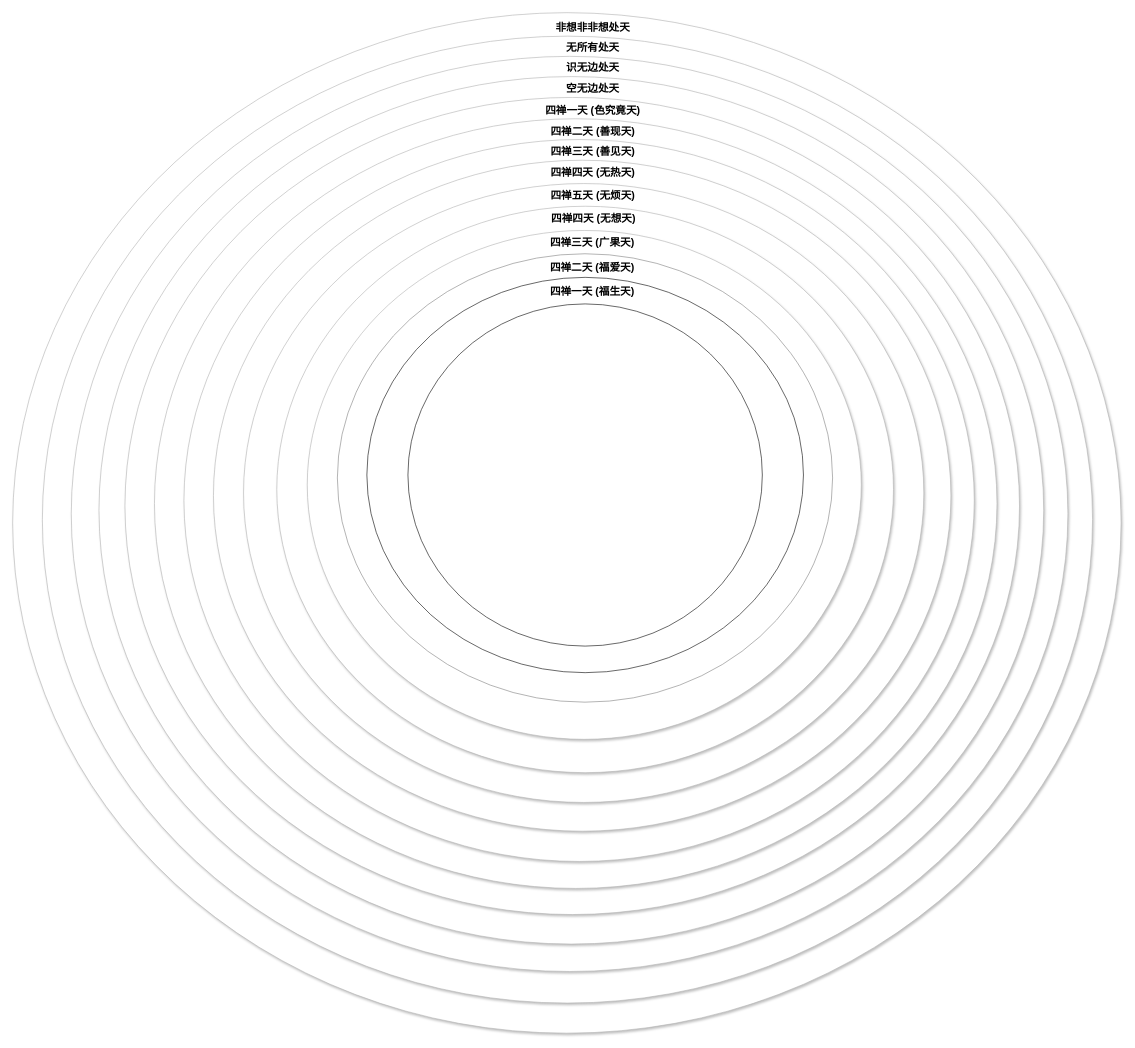
The draw.io diagram page "洋蔥" (1 of 5) of 三界二十八天.drawio in taiguanglin/lectures, before the edit. Source tidied: cells renumbered, new cells numbered last; positions are measured from the earlier drawing's top-left corner, leaving out a move shared by most shapes. Both pictures are drawn from the tidied source at 59%, with x=0, y=0 at pixel (12, 12).
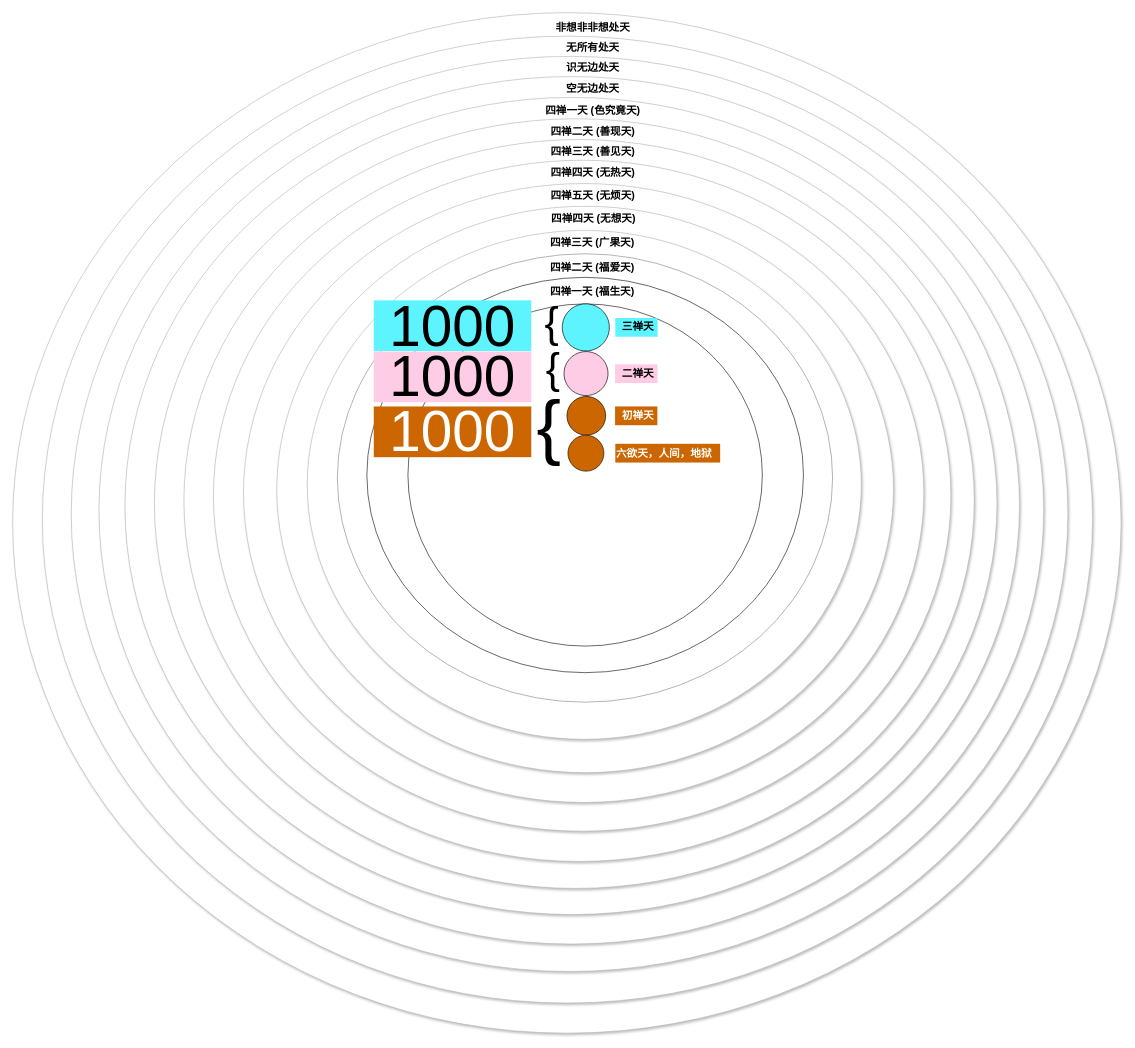
Above is the later version.

Commit message:
Update 三界二十八天.drawio

Diff of the diagram source:
```diff
@@
+    <mxCell id="29" value="&lt;font style=&quot;font-size: 18px;&quot;&gt;&amp;nbsp; 三禅天&lt;/font&gt;" style="text;html=1;whiteSpace=wrap;strokeColor=none;fillColor=#5DF4FF;align=left;verticalAlign=middle;rounded=0;fontStyle=1;shadow=0;" parent="1" vertex="1">
+      <mxGeometry x="1021.4" y="517.5" width="71.7" height="31.8" as="geometry" />
+    </mxCell>
+    <mxCell id="30" style="ellipse;whiteSpace=wrap;html=1;rotation=50;fillColor=#5DF4FF;" parent="1" vertex="1">
+      <mxGeometry x="931.4" y="493.4" width="80" height="80" as="geometry" />
+    </mxCell>
+    <mxCell id="31" style="ellipse;whiteSpace=wrap;html=1;rotation=50;fillColor=#FFCCE6;" parent="1" vertex="1">
+      <mxGeometry x="934.4" y="574.3" width="74.7" height="74.7" as="geometry" />
+    </mxCell>
+    <mxCell id="32" value="&lt;font style=&quot;font-size: 18px;&quot;&gt;&amp;nbsp; 二禅天&lt;/font&gt;" style="text;html=1;whiteSpace=wrap;strokeColor=none;fillColor=#FFCCE6;align=left;verticalAlign=middle;rounded=0;fontStyle=1;shadow=0;" parent="1" vertex="1">
+      <mxGeometry x="1021" y="596" width="72" height="31.8" as="geometry" />
+    </mxCell>
+    <mxCell id="33" style="ellipse;whiteSpace=wrap;html=1;rotation=50;fillColor=#CC6600;" parent="1" vertex="1">
+      <mxGeometry x="939.4" y="650.4" width="65.7" height="65.7" as="geometry" />
+    </mxCell>
+    <mxCell id="34" value="&lt;font style=&quot;font-size: 18px; color: rgb(255, 255, 255);&quot;&gt;&amp;nbsp; 初禅天&lt;/font&gt;" style="text;html=1;whiteSpace=wrap;strokeColor=none;fillColor=#CC6600;align=left;verticalAlign=middle;rounded=0;fontStyle=1;shadow=0;" parent="1" vertex="1">
+      <mxGeometry x="1021" y="667.4" width="71.7" height="31.8" as="geometry" />
+    </mxCell>
+    <mxCell id="35" style="ellipse;whiteSpace=wrap;html=1;fillColor=#CC6600;" parent="1" vertex="1">
+      <mxGeometry x="941.1" y="716.1" width="61" height="61" as="geometry" />
+    </mxCell>
+    <mxCell id="36" value="&lt;font style=&quot;font-size: 18px; color: rgb(255, 255, 255);&quot;&gt;六欲天，人间，地狱&lt;/font&gt;" style="text;html=1;whiteSpace=wrap;strokeColor=none;fillColor=#CC6600;align=left;verticalAlign=middle;rounded=0;fontStyle=1;shadow=0;" parent="1" vertex="1">
+      <mxGeometry x="1021.4" y="730.7" width="177.7" height="31.8" as="geometry" />
+    </mxCell>
+    <mxCell id="37" value="&lt;font style=&quot;font-size: 72px;&quot;&gt;{&lt;/font&gt;" style="text;html=1;whiteSpace=wrap;strokeColor=none;fillColor=none;align=center;verticalAlign=middle;rounded=0;" parent="1" vertex="1">
+      <mxGeometry x="862" y="574.3" width="108" height="57" as="geometry" />
+    </mxCell>
+    <mxCell id="38" value="&lt;font style=&quot;font-size: 72px;&quot;&gt;{&lt;/font&gt;" style="text;html=1;whiteSpace=wrap;strokeColor=none;fillColor=none;align=center;verticalAlign=middle;rounded=0;" parent="1" vertex="1">
+      <mxGeometry x="860" y="497" width="108" height="57" as="geometry" />
+    </mxCell>
+    <mxCell id="39" value="&lt;font style=&quot;font-size: 124px;&quot;&gt;{&lt;/font&gt;" style="text;html=1;whiteSpace=wrap;strokeColor=none;fillColor=none;align=center;verticalAlign=middle;rounded=0;" parent="1" vertex="1">
+      <mxGeometry x="855" y="614" width="108" height="172" as="geometry" />
+    </mxCell>
+    <mxCell id="40" value="&lt;font style=&quot;font-size: 96px;&quot;&gt;1000&lt;/font&gt;" style="text;html=1;whiteSpace=wrap;strokeColor=none;fillColor=#5DF4FF;align=center;verticalAlign=middle;rounded=0;" parent="1" vertex="1">
+      <mxGeometry x="612" y="487.6" width="267" height="86" as="geometry" />
+    </mxCell>
+    <mxCell id="41" value="&lt;font style=&quot;font-size: 96px;&quot;&gt;1000&lt;/font&gt;" style="text;html=1;whiteSpace=wrap;strokeColor=none;fillColor=#FFCCE6;align=center;verticalAlign=middle;rounded=0;" parent="1" vertex="1">
+      <mxGeometry x="612" y="574.3" width="267" height="86" as="geometry" />
+    </mxCell>
+    <mxCell id="42" value="&lt;font style=&quot;font-size: 96px; color: rgb(255, 255, 255);&quot;&gt;1000&lt;/font&gt;" style="text;html=1;whiteSpace=wrap;strokeColor=none;fillColor=#CC6600;align=center;verticalAlign=middle;rounded=0;" parent="1" vertex="1">
+      <mxGeometry x="612" y="667.4" width="267" height="86" as="geometry" />
+    </mxCell>
```
